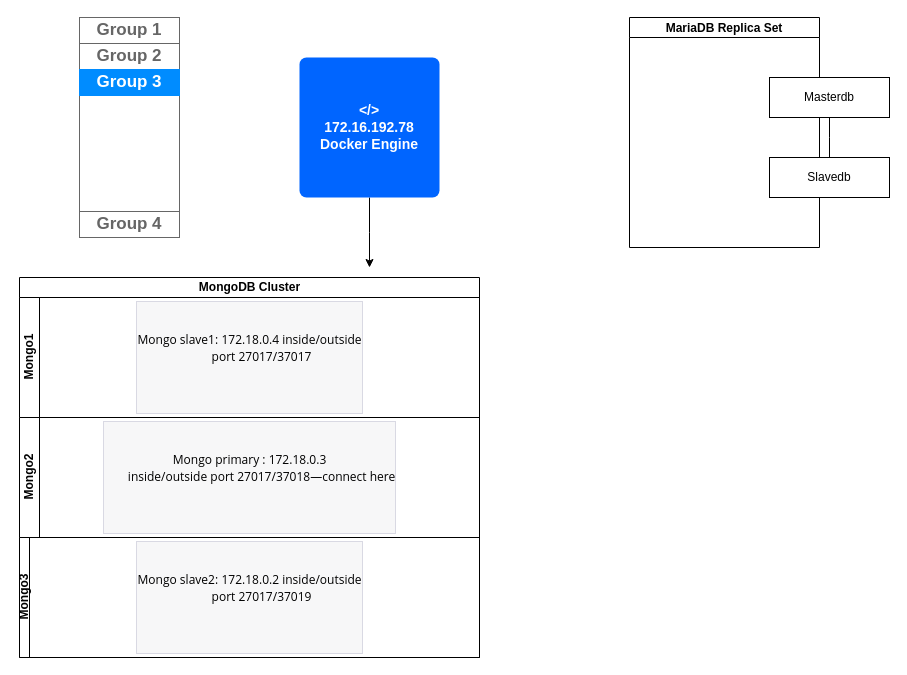
The draw.io diagram Untitled Diagram.drawio in nofal82/cocorico, before the edit. Source tidied: cells renumbered, new cells numbered last; positions are measured from the earlier drawing's top-left corner, leaving out a move shared by most shapes. Both pictures are drawn from the tidied source at 100%, with x=0, y=0 at pixel (19, 17).
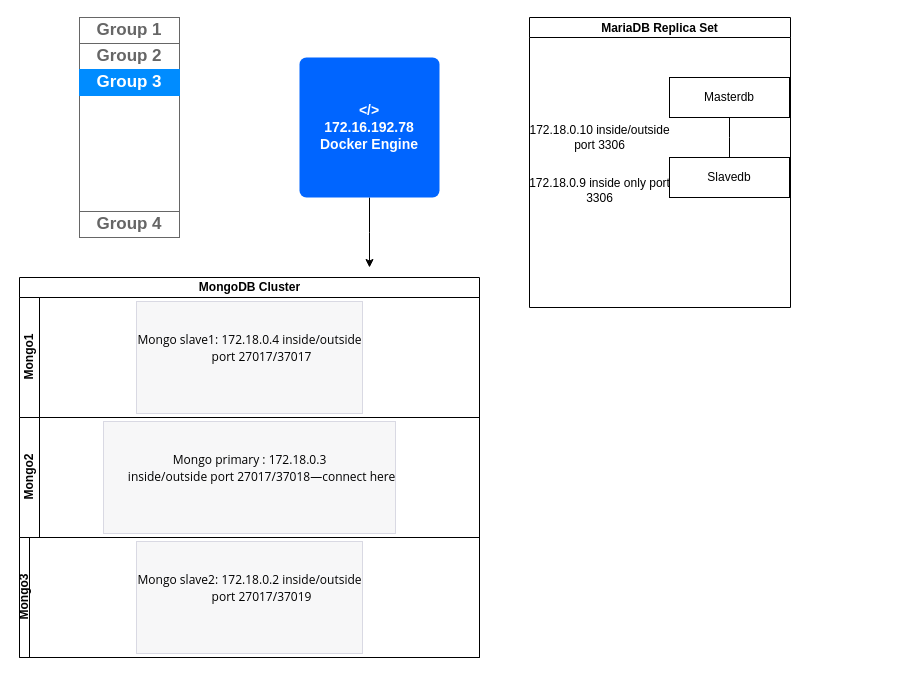
The same page after the edit.

Diff of the diagram source:
```diff
@@
     <mxCell id="9" value="MariaDB Replica Set" style="swimlane;startSize=20;horizontal=1;containerType=tree;" parent="1" vertex="1">
-      <mxGeometry x="610" width="190" height="230" as="geometry" />
+      <mxGeometry x="510" width="261" height="290" as="geometry" />
     </mxCell>
@@
+    <mxCell id="20" value="172.18.0.10 inside/outside&lt;br/&gt;port 3306" style="text;html=1;align=center;verticalAlign=middle;strokeColor=none;fillColor=none;" parent="9" vertex="1">
+      <mxGeometry x="-10" y="100" width="160" height="40" as="geometry" />
+    </mxCell>
+    <mxCell id="21" value="172.18.0.9 inside only port&lt;br/&gt;3306" style="text;html=1;align=center;verticalAlign=middle;strokeColor=none;fillColor=none;" parent="9" vertex="1">
+      <mxGeometry x="-10" y="153" width="160" height="40" as="geometry" />
+    </mxCell>
```
